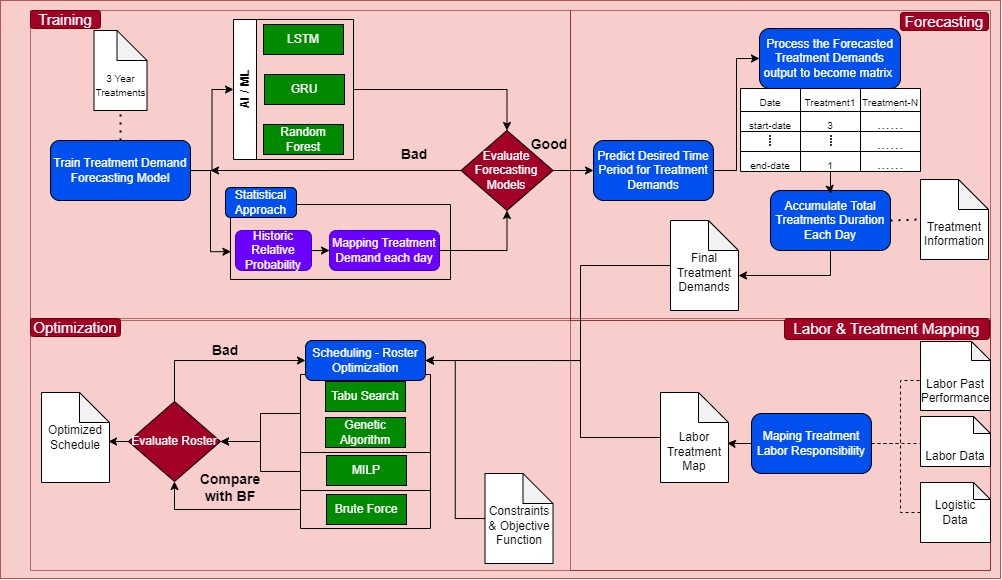
This is GAIA_Pipeline.png from Gaia-Dental-Studio/dental_clinic_optimization, a draw.io export, as it was before one commit. Source tidied: cells renumbered, new cells last; positions are measured from the earlier drawing's top-left corner, leaving out a move shared by most shapes.
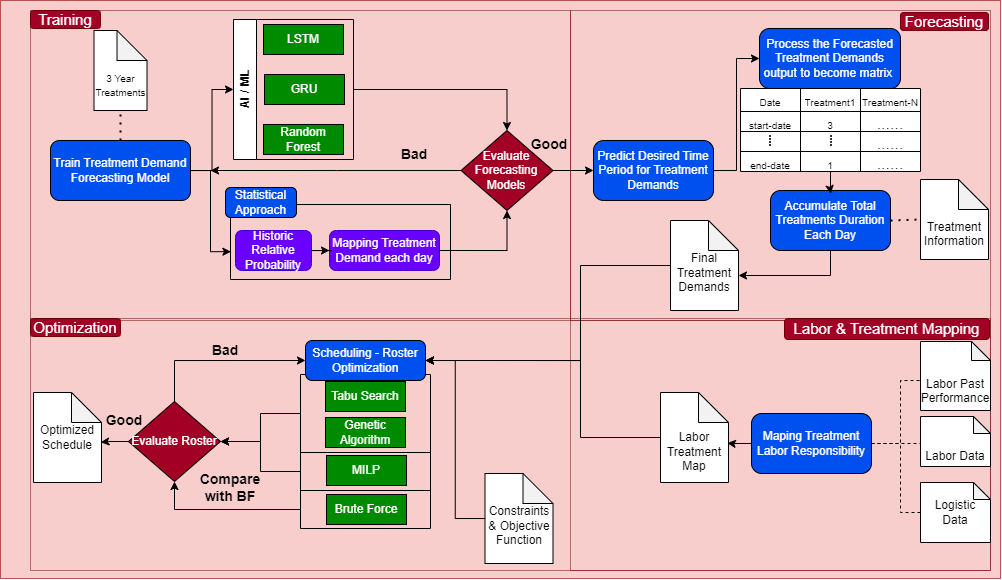
After the commit.

Commit message:
Update GAIA_Pipeline

Diff of the diagram source:
```diff
@@ -313,10 +313,13 @@
       <mxGeometry relative="1" as="geometry" />
     </mxCell>
     <mxCell id="94" value="&lt;div&gt;Optimized Schedule&lt;/div&gt;" style="shape=note;whiteSpace=wrap;html=1;backgroundOutline=1;darkOpacity=0.05;" parent="1" vertex="1">
-      <mxGeometry x="41" y="392" width="68" height="90" as="geometry" />
+      <mxGeometry x="33" y="392" width="68" height="90" as="geometry" />
     </mxCell>
     <mxCell id="95" style="edgeStyle=orthogonalEdgeStyle;rounded=0;jettySize=auto;html=1;entryX=0.991;entryY=0.553;entryDx=0;entryDy=0;entryPerimeter=0;" parent="1" edge="1" source="91" target="94">
       <mxGeometry relative="1" as="geometry" />
     </mxCell>
+    <mxCell id="96" value="&lt;div style=&quot;&quot;&gt;&lt;b style=&quot;&quot;&gt;&lt;font style=&quot;font-size: 14px;&quot;&gt;Good&lt;/font&gt;&lt;/b&gt;&lt;/div&gt;" style="text;html=1;align=center;verticalAlign=middle;whiteSpace=wrap;rounded=0;" parent="1" vertex="1">
+      <mxGeometry x="99" y="410" width="50" height="20" as="geometry" />
+    </mxCell>
   </root>
 </mxGraphModel>
```
